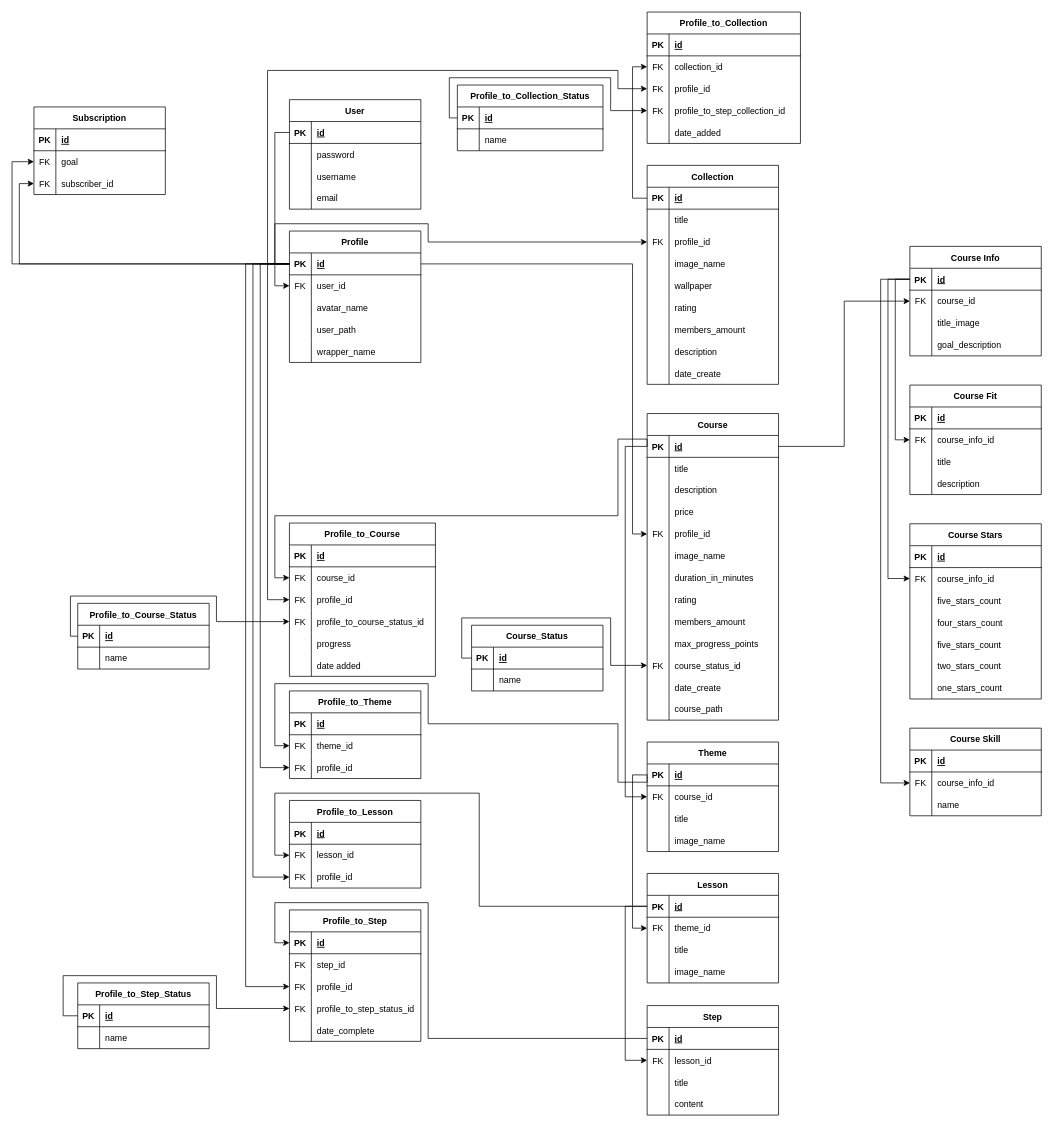
Above: fuji_db.drawio in F-U-J-I/RESTAPI (draw.io), before the change. Source tidied: cells renumbered, new cells numbered last; positions are measured from the earlier drawing's top-left corner, leaving out a move shared by most shapes. Both pictures are drawn from the tidied source at 73%, with x=0, y=0 at pixel (12, 12).
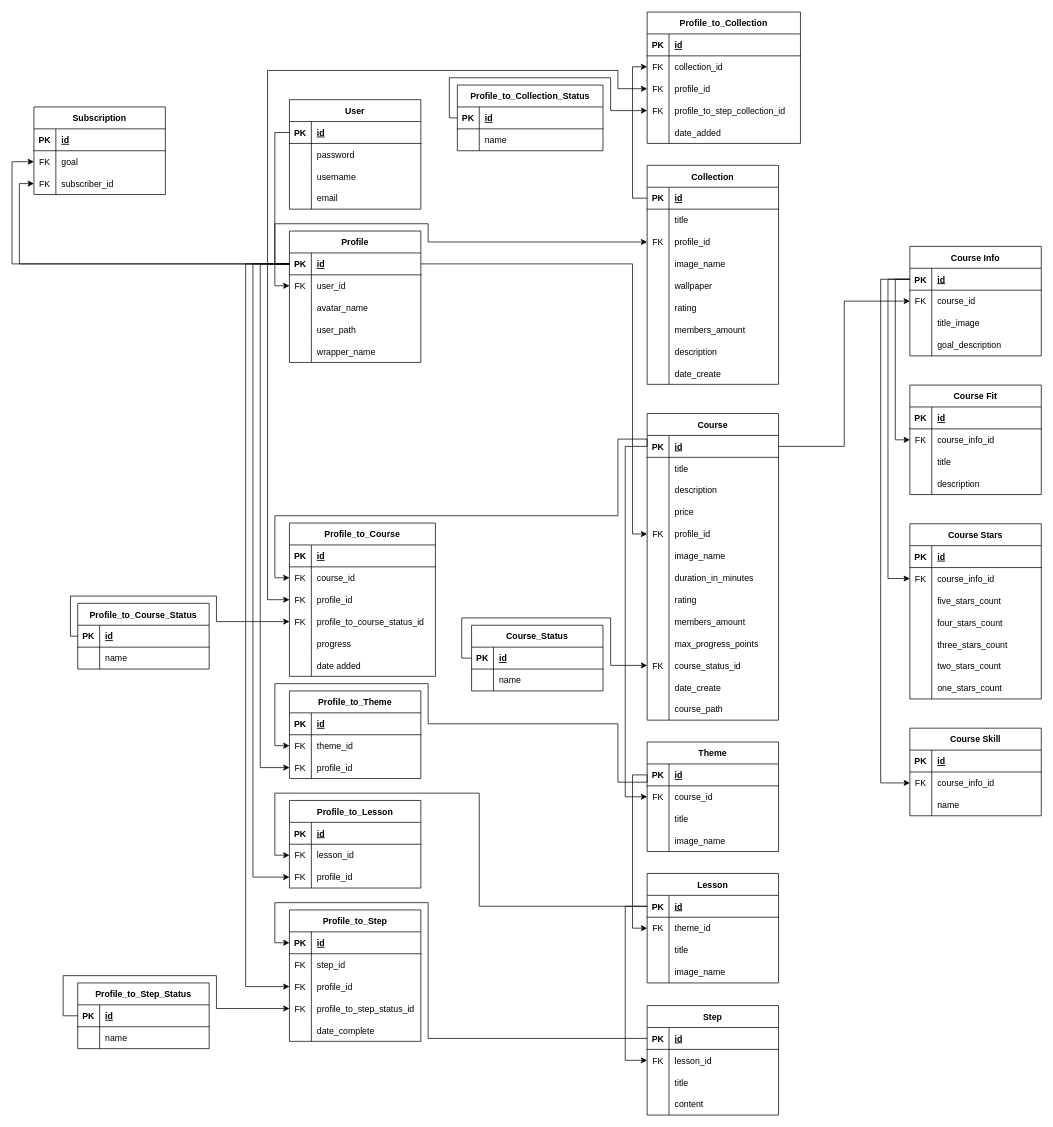
After the change.

Unchanged cells that the change refers to:
```xml
<mxCell id="167" style="shape=partialRectangle;fillColor=none;top=0;left=0;bottom=0;right=0;" parent="154" vertex="1">
  <mxGeometry y="150" width="180" height="30" as="geometry" />
</mxCell>
```

Change to the diagram source:
```diff
@@
-    <mxCell id="169" value="five_stars_count" style="shape=partialRectangle;fillColor=none;top=0;left=0;bottom=0;right=0;align=left;spacingLeft=6;overflow=hidden;" parent="167" vertex="1">
+    <mxCell id="169" value="three_stars_count" style="shape=partialRectangle;fillColor=none;top=0;left=0;bottom=0;right=0;align=left;spacingLeft=6;overflow=hidden;" parent="167" vertex="1">
       <mxGeometry x="30" width="150" height="30" as="geometry" />
     </mxCell>
```
